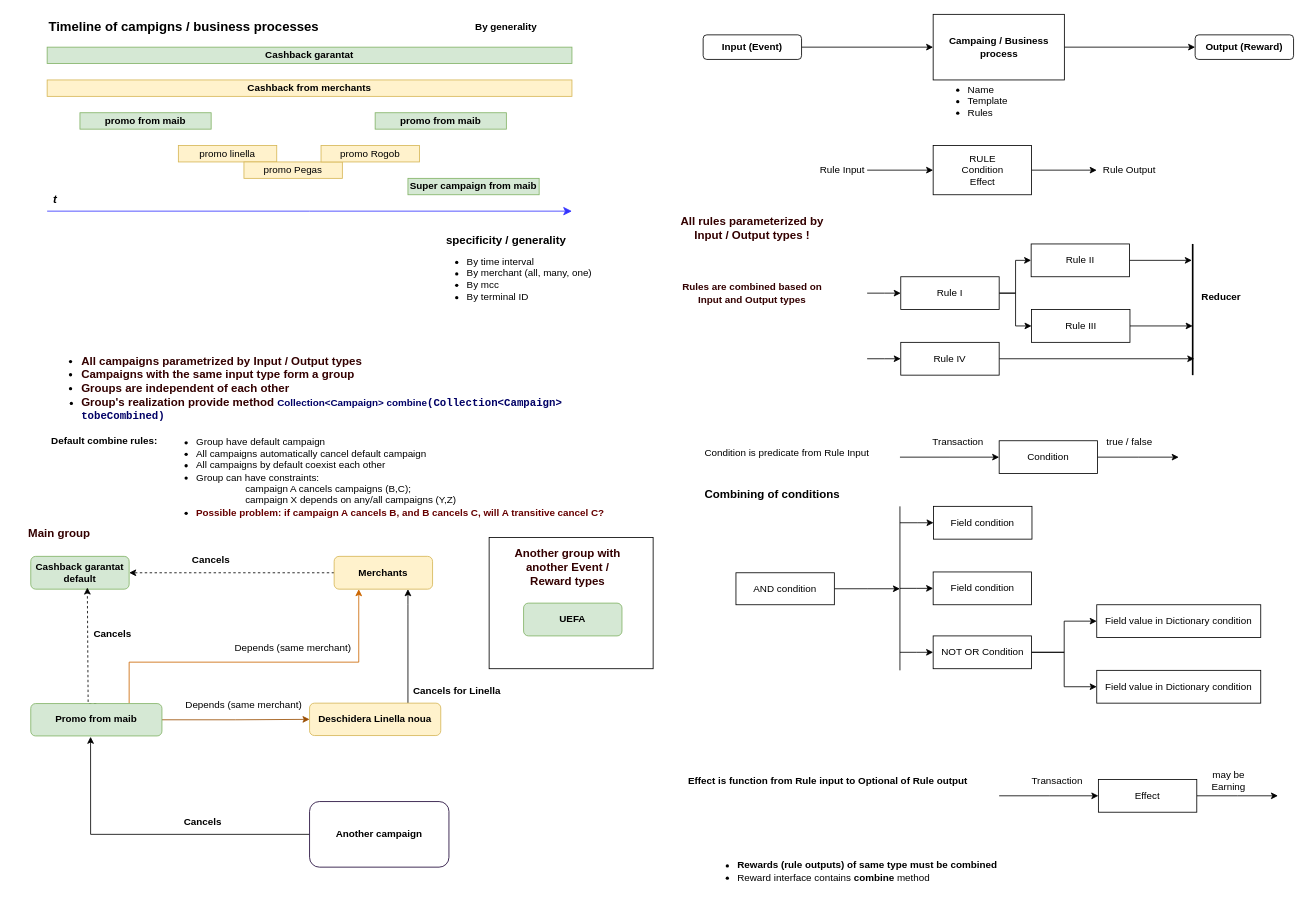
Before: Диаграмма без названия.drawio in DemiusAcademius/diagrams, a draw.io diagram. Source tidied: cells renumbered, new cells numbered last; positions are measured from the earlier drawing's top-left corner, leaving out a move shared by most shapes. Both pictures are drawn from the tidied source at 82%, with x=0, y=0 at pixel (14, 14).
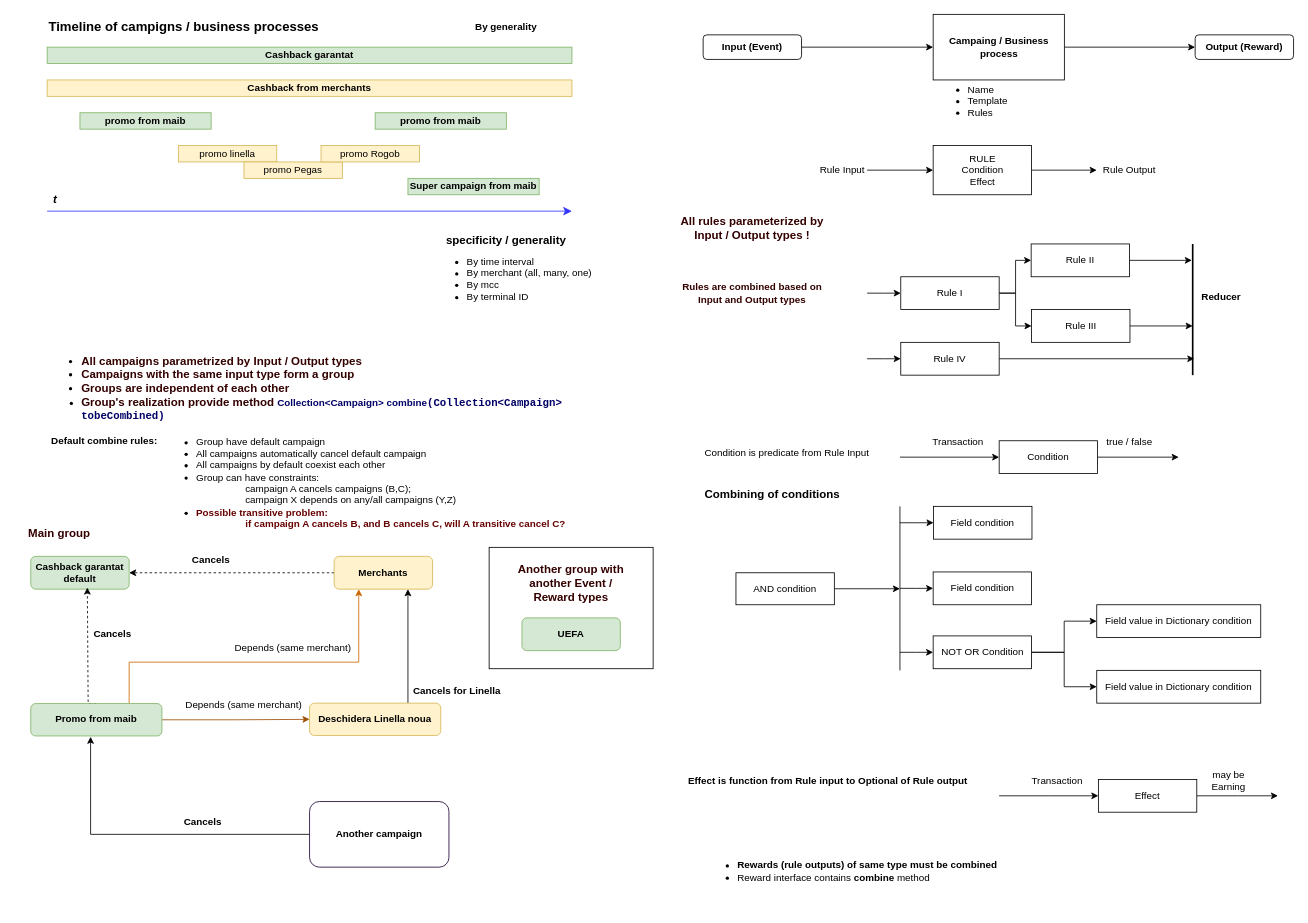
The same page after the edit.

What changed in the source:
```diff
@@
     <mxCell id="2" style="rounded=0;whiteSpace=wrap;html=1;" parent="1" vertex="1">
-      <mxGeometry x="579" y="638" width="200" height="160" as="geometry" />
+      <mxGeometry x="579" y="650" width="200" height="148" as="geometry" />
     </mxCell>
@@
     <mxCell id="28" value="&lt;b&gt;UEFA&lt;/b&gt;" style="rounded=1;whiteSpace=wrap;html=1;fillColor=#d5e8d4;strokeColor=#82b366;" parent="1" vertex="1">
-      <mxGeometry x="621" y="718" width="120" height="40" as="geometry" />
+      <mxGeometry x="619" y="736" width="120" height="40" as="geometry" />
     </mxCell>
     <mxCell id="29" value="&lt;font size=&quot;1&quot; color=&quot;#330000&quot;&gt;&lt;b style=&quot;font-size: 14px;&quot;&gt;Another group with another Event / Reward types&lt;/b&gt;&lt;/font&gt;" style="text;html=1;strokeColor=none;fillColor=none;align=center;verticalAlign=middle;whiteSpace=wrap;rounded=0;" parent="1" vertex="1">
-      <mxGeometry x="605" y="648" width="140" height="52" as="geometry" />
+      <mxGeometry x="609" y="668" width="140" height="52" as="geometry" />
     </mxCell>
@@
-    <mxCell id="62" value="&lt;ul&gt;&lt;li&gt;Group have default campaign&lt;/li&gt;&lt;li&gt;All campaigns automatically cancel default campaign&lt;/li&gt;&lt;li&gt;All campaigns by default coexist each other&lt;/li&gt;&lt;li&gt;Group can have constraints: &lt;br&gt;&amp;nbsp; &amp;nbsp; &amp;nbsp; &amp;nbsp; &amp;nbsp; &amp;nbsp; &amp;nbsp; &amp;nbsp; &amp;nbsp; campaign A cancels campaigns (B,C);&lt;br&gt;&amp;nbsp; &amp;nbsp; &amp;nbsp; &amp;nbsp; &amp;nbsp; &amp;nbsp; &amp;nbsp; &amp;nbsp; &amp;nbsp; campaign X depends on any/all campaigns (Y,Z)&lt;/li&gt;&lt;li&gt;&lt;b&gt;&lt;font color=&quot;#660000&quot;&gt;Possible problem: if campaign A cancels B, and B cancels C, will A transitive cancel C?&lt;/font&gt;&lt;/b&gt;&lt;/li&gt;&lt;/ul&gt;" style="text;strokeColor=none;fillColor=none;html=1;whiteSpace=wrap;verticalAlign=middle;overflow=hidden;" parent="1" vertex="1">
-      <mxGeometry x="180" y="500" width="570" height="120" as="geometry" />
+    <mxCell id="62" value="&lt;ul&gt;&lt;li&gt;Group have default campaign&lt;/li&gt;&lt;li&gt;All campaigns automatically cancel default campaign&lt;/li&gt;&lt;li&gt;All campaigns by default coexist each other&lt;/li&gt;&lt;li&gt;Group can have constraints: &lt;br&gt;&amp;nbsp; &amp;nbsp; &amp;nbsp; &amp;nbsp; &amp;nbsp; &amp;nbsp; &amp;nbsp; &amp;nbsp; &amp;nbsp; campaign A cancels campaigns (B,C);&lt;br&gt;&amp;nbsp; &amp;nbsp; &amp;nbsp; &amp;nbsp; &amp;nbsp; &amp;nbsp; &amp;nbsp; &amp;nbsp; &amp;nbsp; campaign X depends on any/all campaigns (Y,Z)&lt;/li&gt;&lt;li&gt;&lt;b&gt;&lt;font color=&quot;#660000&quot;&gt;Possible transitive problem: &lt;br&gt;&amp;nbsp; &amp;nbsp; &amp;nbsp; &amp;nbsp; &amp;nbsp; &amp;nbsp; &amp;nbsp; &amp;nbsp; &amp;nbsp; if campaign A cancels B, and B cancels C, will A transitive cancel C?&lt;/font&gt;&lt;/b&gt;&lt;/li&gt;&lt;/ul&gt;" style="text;strokeColor=none;fillColor=none;html=1;whiteSpace=wrap;verticalAlign=middle;overflow=hidden;" parent="1" vertex="1">
+      <mxGeometry x="180" y="500" width="570" height="130" as="geometry" />
     </mxCell>
```
